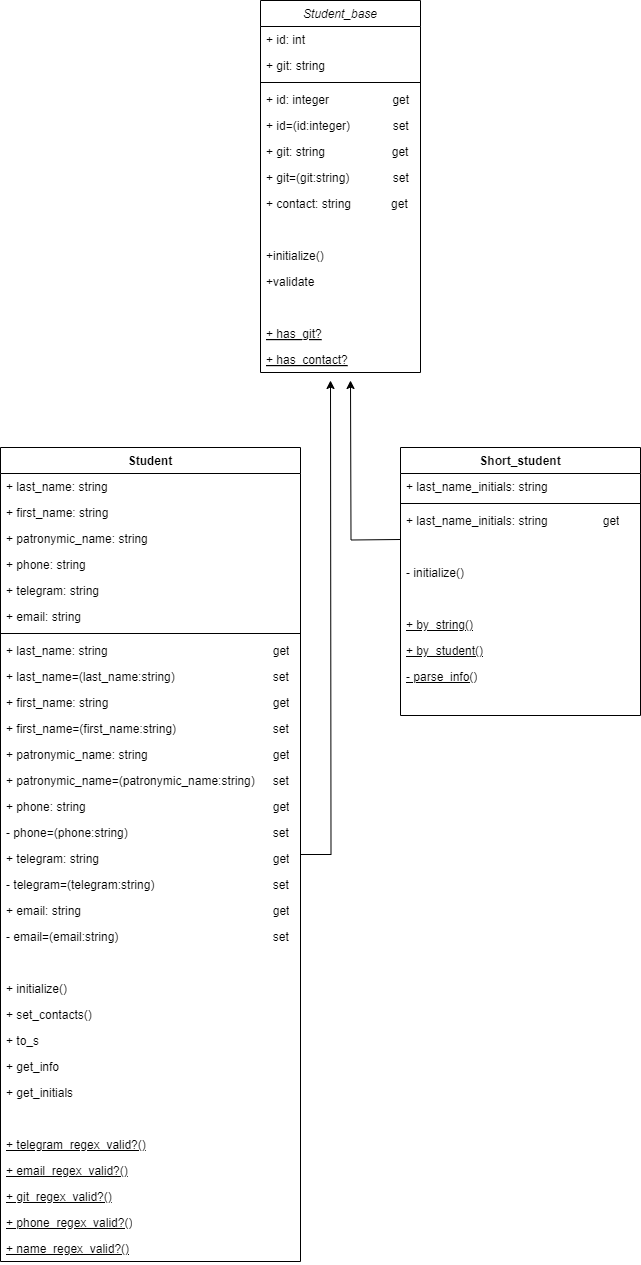
This is Students/UML_student.png from Deathlimit/Design-Patterns, a draw.io export, as it was before one commit. Source tidied: cells renumbered, new cells last; positions are measured from the earlier drawing's top-left corner, leaving out a move shared by most shapes.
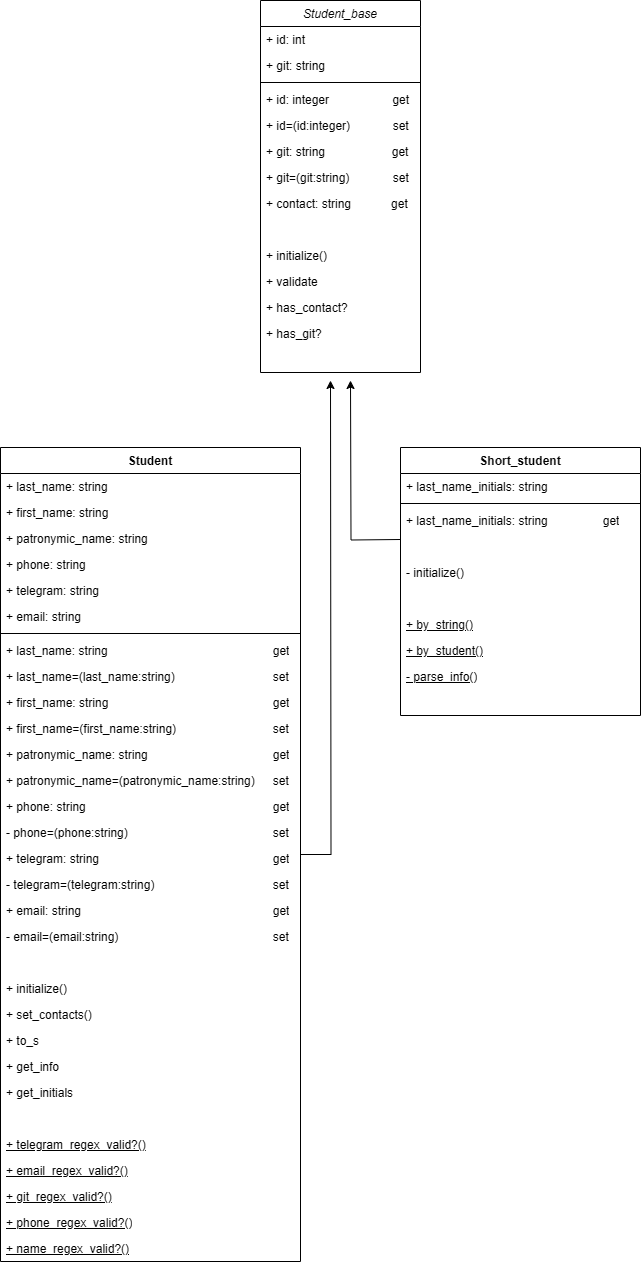
The same diagram one commit later.

Commit message:
(lab2) fixed UML diagram

The edit, as a diff of the source:
```diff
@@ -161,21 +161,21 @@
     <mxCell id="54" style="text;align=left;verticalAlign=top;spacingLeft=4;spacingRight=4;overflow=hidden;" parent="45" vertex="1">
       <mxGeometry y="216" width="160" height="26" as="geometry" />
     </mxCell>
-    <mxCell id="55" value="+initialize()" style="text;align=left;verticalAlign=top;spacingLeft=4;spacingRight=4;overflow=hidden;" parent="45" vertex="1">
+    <mxCell id="55" value="+ initialize()" style="text;align=left;verticalAlign=top;spacingLeft=4;spacingRight=4;overflow=hidden;" parent="45" vertex="1">
       <mxGeometry y="242" width="160" height="26" as="geometry" />
     </mxCell>
-    <mxCell id="56" value="+validate" style="text;align=left;verticalAlign=top;spacingLeft=4;spacingRight=4;overflow=hidden;" parent="45" vertex="1">
+    <mxCell id="56" value="+ validate" style="text;align=left;verticalAlign=top;spacingLeft=4;spacingRight=4;overflow=hidden;" parent="45" vertex="1">
       <mxGeometry y="268" width="160" height="26" as="geometry" />
     </mxCell>
+    <mxCell id="59" value="+ has_contact?" style="text;align=left;verticalAlign=top;spacingLeft=4;spacingRight=4;overflow=hidden;fontStyle=0;" parent="45" vertex="1">
+      <mxGeometry y="294" width="160" height="26" as="geometry" />
+    </mxCell>
+    <mxCell id="58" value="+ has_git?" style="text;align=left;verticalAlign=top;spacingLeft=4;spacingRight=4;overflow=hidden;fontStyle=0;" parent="45" vertex="1">
+      <mxGeometry y="320" width="160" height="26" as="geometry" />
+    </mxCell>
     <mxCell id="57" style="text;align=left;verticalAlign=top;spacingLeft=4;spacingRight=4;overflow=hidden;" parent="45" vertex="1">
-      <mxGeometry y="294" width="160" height="26" as="geometry" />
+      <mxGeometry y="346" width="160" height="26" as="geometry" />
     </mxCell>
-    <mxCell id="58" value="+ has_git?" style="text;align=left;verticalAlign=top;spacingLeft=4;spacingRight=4;overflow=hidden;fontStyle=4;" parent="45" vertex="1">
-      <mxGeometry y="320" width="160" height="26" as="geometry" />
-    </mxCell>
-    <mxCell id="59" value="+ has_contact?" style="text;align=left;verticalAlign=top;spacingLeft=4;spacingRight=4;overflow=hidden;fontStyle=4;" parent="45" vertex="1">
-      <mxGeometry y="346" width="160" height="26" as="geometry" />
-    </mxCell>
     <mxCell id="60" style="edgeStyle=orthogonalEdgeStyle;rounded=0;jettySize=auto;html=1;" parent="1" edge="1" source="2">
       <mxGeometry relative="1" as="geometry">
         <mxPoint x="330" y="380" as="targetPoint" />
```
